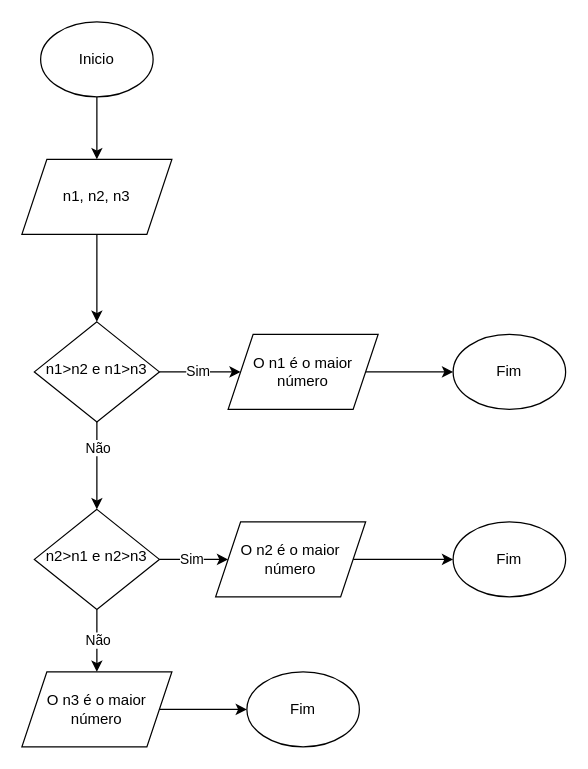
Before: ex2.drawio in luanayasmim/repos-cap-unasp, a draw.io diagram. Source tidied: cells renumbered, new cells numbered last; positions are measured from the earlier drawing's top-left corner, leaving out a move shared by most shapes. Both pictures are drawn from the tidied source at 125%, with x=0, y=0 at pixel (21, 21).
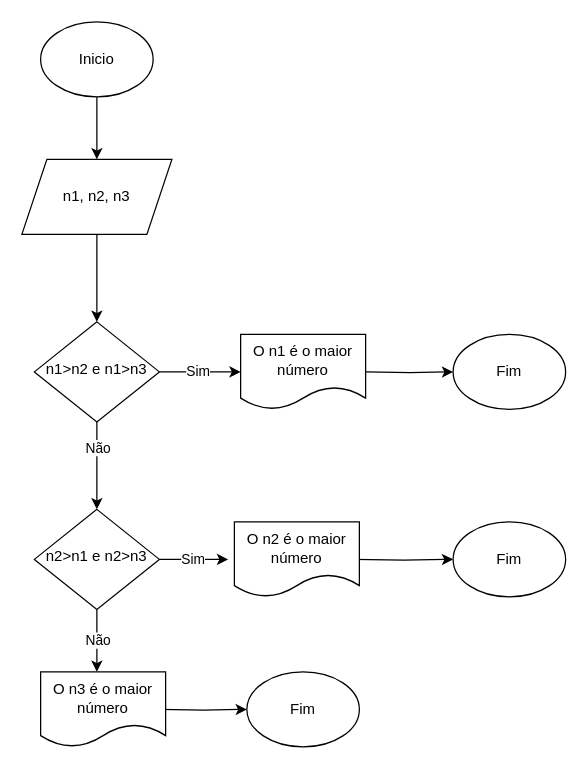
The same diagram, later.

Unchanged cells that the change refers to:
```xml
<mxCell id="6" value="n1&amp;gt;n2 e n1&amp;gt;n3" style="rhombus;whiteSpace=wrap;html=1;shadow=0;fontFamily=Helvetica;fontSize=12;align=center;strokeWidth=1;spacing=6;spacingTop=-4;" parent="1" vertex="1">
  <mxGeometry x="10" y="240" width="100" height="80" as="geometry" />
</mxCell>
<mxCell id="11" value="n2&amp;gt;n1 e n2&amp;gt;n3" style="rhombus;whiteSpace=wrap;html=1;shadow=0;fontFamily=Helvetica;fontSize=12;align=center;strokeWidth=1;spacing=6;spacingTop=-4;" parent="1" vertex="1">
  <mxGeometry x="10" y="390" width="100" height="80" as="geometry" />
</mxCell>
<mxCell id="22" value="Fim" style="ellipse;whiteSpace=wrap;html=1;" parent="1" vertex="1">
  <mxGeometry x="345" y="250" width="90" height="60" as="geometry" />
</mxCell>
<mxCell id="23" value="Fim" style="ellipse;whiteSpace=wrap;html=1;" parent="1" vertex="1">
  <mxGeometry x="345" y="400" width="90" height="60" as="geometry" />
</mxCell>
<mxCell id="24" value="Fim" style="ellipse;whiteSpace=wrap;html=1;" parent="1" vertex="1">
  <mxGeometry x="180" y="520" width="90" height="60" as="geometry" />
</mxCell>
```

The edit, as a diff of the source:
```diff
@@
-    <mxCell id="4" style="edgeStyle=orthogonalEdgeStyle;rounded=0;jettySize=auto;html=1;" parent="1" edge="1" source="6" target="17">
-      <mxGeometry relative="1" as="geometry" />
+    <mxCell id="4" style="edgeStyle=orthogonalEdgeStyle;rounded=0;jettySize=auto;html=1;" parent="1" edge="1" source="6">
+      <mxGeometry relative="1" as="geometry">
+        <mxPoint x="175" y="280" as="targetPoint" />
+      </mxGeometry>
     </mxCell>
@@
-    <mxCell id="7" style="edgeStyle=orthogonalEdgeStyle;rounded=0;jettySize=auto;html=1;" parent="1" edge="1" source="11" target="19">
-      <mxGeometry relative="1" as="geometry" />
+    <mxCell id="7" style="edgeStyle=orthogonalEdgeStyle;rounded=0;jettySize=auto;html=1;" parent="1" edge="1" source="11">
+      <mxGeometry relative="1" as="geometry">
+        <mxPoint x="165" y="430" as="targetPoint" />
+      </mxGeometry>
     </mxCell>
@@
-    <mxCell id="9" style="edgeStyle=orthogonalEdgeStyle;rounded=0;jettySize=auto;html=1;" parent="1" edge="1" source="11" target="21">
-      <mxGeometry relative="1" as="geometry" />
+    <mxCell id="9" style="edgeStyle=orthogonalEdgeStyle;rounded=0;jettySize=auto;html=1;" parent="1" edge="1" source="11">
+      <mxGeometry relative="1" as="geometry">
+        <mxPoint x="60" y="520" as="targetPoint" />
+      </mxGeometry>
     </mxCell>
@@
-    <mxCell id="16" style="edgeStyle=orthogonalEdgeStyle;rounded=0;jettySize=auto;html=1;" parent="1" edge="1" source="17" target="22">
-      <mxGeometry relative="1" as="geometry" />
+    <mxCell id="16" style="edgeStyle=orthogonalEdgeStyle;rounded=0;jettySize=auto;html=1;" parent="1" edge="1" target="22">
+      <mxGeometry relative="1" as="geometry">
+        <mxPoint x="275" y="280" as="sourcePoint" />
+      </mxGeometry>
     </mxCell>
-    <mxCell id="17" value="O n1 é o maior número" style="shape=parallelogram;perimeter=parallelogramPerimeter;whiteSpace=wrap;html=1;fixedSize=1;" parent="1" vertex="1">
-      <mxGeometry x="165" y="250" width="120" height="60" as="geometry" />
-    </mxCell>
-    <mxCell id="18" style="edgeStyle=orthogonalEdgeStyle;rounded=0;jettySize=auto;html=1;" parent="1" edge="1" source="19" target="23">
-      <mxGeometry relative="1" as="geometry" />
+    <mxCell id="18" style="edgeStyle=orthogonalEdgeStyle;rounded=0;jettySize=auto;html=1;" parent="1" edge="1" target="23">
+      <mxGeometry relative="1" as="geometry">
+        <mxPoint x="265" y="430" as="sourcePoint" />
+      </mxGeometry>
     </mxCell>
-    <mxCell id="19" value="O n2 é o maior número" style="shape=parallelogram;perimeter=parallelogramPerimeter;whiteSpace=wrap;html=1;fixedSize=1;" parent="1" vertex="1">
-      <mxGeometry x="155" y="400" width="120" height="60" as="geometry" />
-    </mxCell>
-    <mxCell id="20" style="edgeStyle=orthogonalEdgeStyle;rounded=0;jettySize=auto;html=1;" parent="1" edge="1" source="21" target="24">
-      <mxGeometry relative="1" as="geometry" />
+    <mxCell id="20" style="edgeStyle=orthogonalEdgeStyle;rounded=0;jettySize=auto;html=1;" parent="1" edge="1" target="24">
+      <mxGeometry relative="1" as="geometry">
+        <mxPoint x="110" y="550" as="sourcePoint" />
+      </mxGeometry>
     </mxCell>
-    <mxCell id="21" value="O n3 é o maior número" style="shape=parallelogram;perimeter=parallelogramPerimeter;whiteSpace=wrap;html=1;fixedSize=1;" parent="1" vertex="1">
-      <mxGeometry y="520" width="120" height="60" as="geometry" />
-    </mxCell>
@@
+    <mxCell id="17" value="O n1 é o maior número" style="shape=document;whiteSpace=wrap;html=1;boundedLbl=1;" parent="1" vertex="1">
+      <mxGeometry x="175" y="250" width="100" height="60" as="geometry" />
+    </mxCell>
+    <mxCell id="19" value="O n2 é o maior número" style="shape=document;whiteSpace=wrap;html=1;boundedLbl=1;" parent="1" vertex="1">
+      <mxGeometry x="170" y="400" width="100" height="60" as="geometry" />
+    </mxCell>
+    <mxCell id="21" value="O n3 é o maior número" style="shape=document;whiteSpace=wrap;html=1;boundedLbl=1;" parent="1" vertex="1">
+      <mxGeometry x="15" y="520" width="100" height="60" as="geometry" />
+    </mxCell>
```
